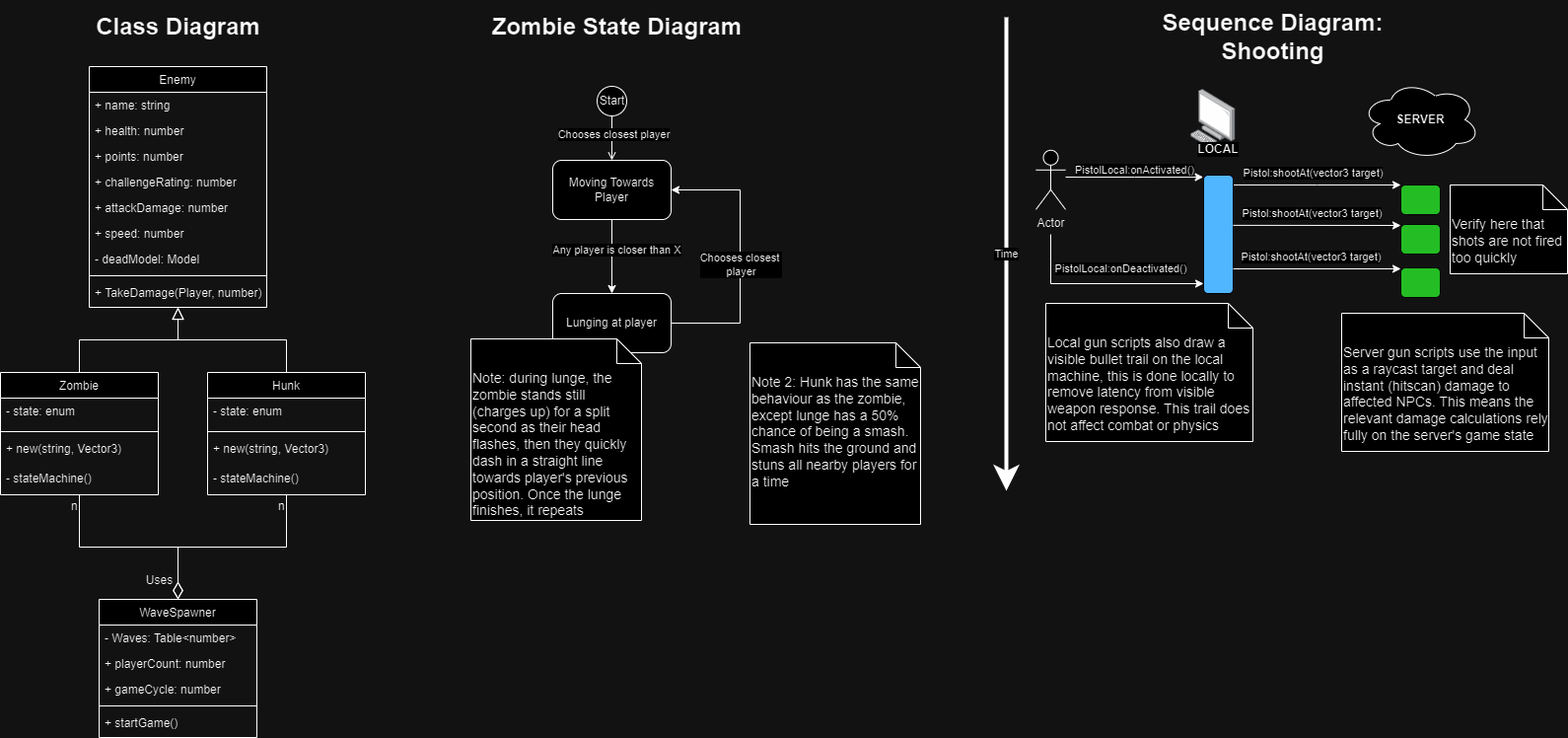
This is docs/zombieTwinstick.drawio.png from KaarelRyysak/ZombieTwinstick, a draw.io export, as it was before one commit. Source tidied: cells renumbered, new cells last; positions are measured from the earlier drawing's top-left corner, leaving out a move shared by most shapes.
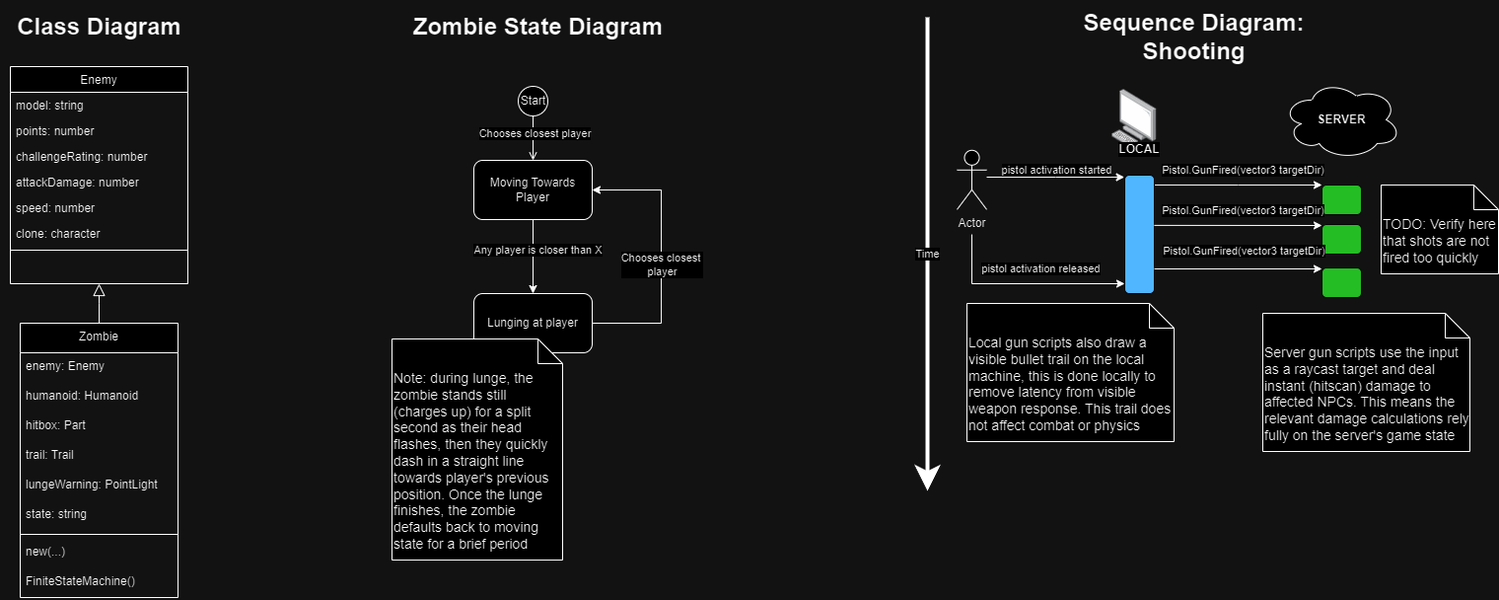
The same diagram one commit later.

What changed in the source:
```diff
@@ -3,116 +3,62 @@
     <mxCell id="0" />
     <mxCell id="1" parent="0" />
     <mxCell id="2" value="Enemy" style="swimlane;fontStyle=0;align=center;verticalAlign=top;horizontal=1;startSize=26;rounded=0;shadow=0;strokeWidth=1;" parent="1" vertex="1">
-      <mxGeometry x="90" y="60" width="180" height="244" as="geometry" />
+      <mxGeometry x="90" y="60" width="180" height="220" as="geometry" />
     </mxCell>
-    <mxCell id="3" value="+ name: string" style="text;align=left;verticalAlign=top;spacingLeft=4;spacingRight=4;overflow=hidden;" parent="2" vertex="1">
+    <mxCell id="3" value="model: string" style="text;align=left;verticalAlign=top;spacingLeft=4;spacingRight=4;overflow=hidden;" parent="2" vertex="1">
       <mxGeometry y="26" width="180" height="26" as="geometry" />
     </mxCell>
-    <mxCell id="4" value="+ health: number" style="text;align=left;verticalAlign=top;spacingLeft=4;spacingRight=4;overflow=hidden;rounded=0;shadow=0;html=0;" parent="2" vertex="1">
+    <mxCell id="4" value="points: number" style="text;align=left;verticalAlign=top;spacingLeft=4;spacingRight=4;overflow=hidden;rounded=0;shadow=0;html=0;" parent="2" vertex="1">
       <mxGeometry y="52" width="180" height="26" as="geometry" />
     </mxCell>
-    <mxCell id="5" value="+ points: number" style="text;align=left;verticalAlign=top;spacingLeft=4;spacingRight=4;overflow=hidden;rounded=0;shadow=0;html=0;" parent="2" vertex="1">
+    <mxCell id="5" value="challengeRating: number" style="text;align=left;verticalAlign=top;spacingLeft=4;spacingRight=4;overflow=hidden;rounded=0;shadow=0;html=0;" parent="2" vertex="1">
       <mxGeometry y="78" width="180" height="26" as="geometry" />
     </mxCell>
-    <mxCell id="6" value="+ challengeRating: number" style="text;align=left;verticalAlign=top;spacingLeft=4;spacingRight=4;overflow=hidden;rounded=0;shadow=0;html=0;" parent="2" vertex="1">
+    <mxCell id="6" value="attackDamage: number" style="text;align=left;verticalAlign=top;spacingLeft=4;spacingRight=4;overflow=hidden;rounded=0;shadow=0;html=0;" parent="2" vertex="1">
       <mxGeometry y="104" width="180" height="26" as="geometry" />
     </mxCell>
-    <mxCell id="7" value="+ attackDamage: number" style="text;align=left;verticalAlign=top;spacingLeft=4;spacingRight=4;overflow=hidden;rounded=0;shadow=0;html=0;" parent="2" vertex="1">
+    <mxCell id="7" value="speed: number" style="text;align=left;verticalAlign=top;spacingLeft=4;spacingRight=4;overflow=hidden;rounded=0;shadow=0;html=0;" parent="2" vertex="1">
       <mxGeometry y="130" width="180" height="26" as="geometry" />
     </mxCell>
-    <mxCell id="8" value="+ speed: number" style="text;align=left;verticalAlign=top;spacingLeft=4;spacingRight=4;overflow=hidden;rounded=0;shadow=0;html=0;" parent="2" vertex="1">
-      <mxGeometry y="156" width="180" height="26" as="geometry" />
-    </mxCell>
-    <mxCell id="9" value="- deadModel: Model" style="text;align=left;verticalAlign=top;spacingLeft=4;spacingRight=4;overflow=hidden;rounded=0;shadow=0;html=0;" parent="2" vertex="1">
-      <mxGeometry y="182" width="180" height="26" as="geometry" />
-    </mxCell>
+    <mxCell id="72" value="clone: character" style="text;align=left;verticalAlign=top;spacingLeft=4;spacingRight=4;overflow=hidden;rounded=0;shadow=0;html=0;" parent="2" vertex="1">
+      <mxGeometry y="156" width="180" height="26" as="geometry" />
+    </mxCell>
     <mxCell id="10" style="line;html=1;strokeWidth=1;align=left;verticalAlign=middle;spacingTop=-1;spacingLeft=3;spacingRight=3;labelPosition=right;" parent="2" vertex="1">
-      <mxGeometry y="208" width="180" height="8" as="geometry" />
+      <mxGeometry y="182" width="180" height="8" as="geometry" />
     </mxCell>
-    <mxCell id="11" value="+ TakeDamage(Player, number)" style="text;align=left;verticalAlign=top;spacingLeft=4;spacingRight=4;overflow=hidden;" parent="2" vertex="1">
-      <mxGeometry y="216" width="180" height="28" as="geometry" />
-    </mxCell>
-    <mxCell id="12" value="Zombie" style="swimlane;fontStyle=0;align=center;verticalAlign=top;horizontal=1;startSize=26;rounded=0;shadow=0;strokeWidth=1;" parent="1" vertex="1">
-      <mxGeometry y="370" width="160" height="124" as="geometry" />
+    <mxCell id="12" value="Zombie" style="swimlane;fontStyle=0;align=center;verticalAlign=top;horizontal=1;startSize=30;rounded=0;shadow=0;strokeWidth=1;" parent="1" vertex="1">
+      <mxGeometry x="100" y="320" width="160" height="278" as="geometry" />
     </mxCell>
-    <mxCell id="13" value="- state: enum" style="text;align=left;verticalAlign=top;spacingLeft=4;spacingRight=4;overflow=hidden;" parent="12" vertex="1">
-      <mxGeometry y="26" width="160" height="30" as="geometry" />
+    <mxCell id="13" value="enemy: Enemy" style="text;align=left;verticalAlign=top;spacingLeft=4;spacingRight=4;overflow=hidden;" parent="12" vertex="1">
+      <mxGeometry y="30" width="160" height="30" as="geometry" />
     </mxCell>
+    <mxCell id="73" value="humanoid: Humanoid" style="text;align=left;verticalAlign=top;spacingLeft=4;spacingRight=4;overflow=hidden;" parent="12" vertex="1">
+      <mxGeometry y="60" width="160" height="30" as="geometry" />
+    </mxCell>
+    <mxCell id="74" value="hitbox: Part" style="text;align=left;verticalAlign=top;spacingLeft=4;spacingRight=4;overflow=hidden;" parent="12" vertex="1">
+      <mxGeometry y="90" width="160" height="30" as="geometry" />
+    </mxCell>
+    <mxCell id="75" value="trail: Trail" style="text;align=left;verticalAlign=top;spacingLeft=4;spacingRight=4;overflow=hidden;" parent="12" vertex="1">
+      <mxGeometry y="120" width="160" height="30" as="geometry" />
+    </mxCell>
+    <mxCell id="76" value="lungeWarning: PointLight" style="text;align=left;verticalAlign=top;spacingLeft=4;spacingRight=4;overflow=hidden;" parent="12" vertex="1">
+      <mxGeometry y="150" width="160" height="30" as="geometry" />
+    </mxCell>
+    <mxCell id="77" value="state: string" style="text;align=left;verticalAlign=top;spacingLeft=4;spacingRight=4;overflow=hidden;" parent="12" vertex="1">
+      <mxGeometry y="180" width="160" height="30" as="geometry" />
+    </mxCell>
     <mxCell id="14" style="line;html=1;strokeWidth=1;align=left;verticalAlign=middle;spacingTop=-1;spacingLeft=3;spacingRight=3;labelPosition=right;" parent="12" vertex="1">
-      <mxGeometry y="56" width="160" height="8" as="geometry" />
+      <mxGeometry y="210" width="160" height="8" as="geometry" />
     </mxCell>
-    <mxCell id="15" value="+ new(string, Vector3)" style="text;align=left;verticalAlign=top;spacingLeft=4;spacingRight=4;overflow=hidden;" parent="12" vertex="1">
-      <mxGeometry y="64" width="160" height="30" as="geometry" />
+    <mxCell id="15" value="new(...)" style="text;align=left;verticalAlign=top;spacingLeft=4;spacingRight=4;overflow=hidden;" parent="12" vertex="1">
+      <mxGeometry y="218" width="160" height="30" as="geometry" />
     </mxCell>
-    <mxCell id="16" value="- stateMachine()" style="text;align=left;verticalAlign=top;spacingLeft=4;spacingRight=4;overflow=hidden;" parent="12" vertex="1">
-      <mxGeometry y="94" width="160" height="30" as="geometry" />
+    <mxCell id="16" value="FiniteStateMachine()" style="text;align=left;verticalAlign=top;spacingLeft=4;spacingRight=4;overflow=hidden;" parent="12" vertex="1">
+      <mxGeometry y="248" width="160" height="30" as="geometry" />
     </mxCell>
     <mxCell id="17" style="endArrow=block;endSize=10;endFill=0;shadow=0;strokeWidth=1;rounded=0;edgeStyle=elbowEdgeStyle;elbow=vertical;" parent="1" edge="1" source="12" target="2">
       <mxGeometry relative="1" as="geometry" />
     </mxCell>
-    <mxCell id="18" value="Hunk" style="swimlane;fontStyle=0;align=center;verticalAlign=top;horizontal=1;startSize=26;rounded=0;shadow=0;strokeWidth=1;" parent="1" vertex="1">
-      <mxGeometry x="210" y="370" width="160" height="124" as="geometry" />
-    </mxCell>
-    <mxCell id="19" value="- state: enum" style="text;align=left;verticalAlign=top;spacingLeft=4;spacingRight=4;overflow=hidden;" parent="18" vertex="1">
-      <mxGeometry y="26" width="160" height="30" as="geometry" />
-    </mxCell>
-    <mxCell id="20" style="line;html=1;strokeWidth=1;align=left;verticalAlign=middle;spacingTop=-1;spacingLeft=3;spacingRight=3;labelPosition=right;" parent="18" vertex="1">
-      <mxGeometry y="56" width="160" height="8" as="geometry" />
-    </mxCell>
-    <mxCell id="21" value="+ new(string, Vector3)" style="text;align=left;verticalAlign=top;spacingLeft=4;spacingRight=4;overflow=hidden;" parent="18" vertex="1">
-      <mxGeometry y="64" width="160" height="30" as="geometry" />
-    </mxCell>
-    <mxCell id="22" value="- stateMachine()" style="text;align=left;verticalAlign=top;spacingLeft=4;spacingRight=4;overflow=hidden;" parent="18" vertex="1">
-      <mxGeometry y="94" width="160" height="30" as="geometry" />
-    </mxCell>
-    <mxCell id="23" style="endArrow=block;endSize=10;endFill=0;shadow=0;strokeWidth=1;rounded=0;edgeStyle=elbowEdgeStyle;elbow=vertical;" parent="1" edge="1" source="18" target="2">
-      <mxGeometry relative="1" as="geometry" />
-    </mxCell>
-    <mxCell id="24" style="endArrow=diamondThin;shadow=0;strokeWidth=1;rounded=0;endFill=0;edgeStyle=elbowEdgeStyle;elbow=vertical;endSize=15;exitX=0.5;exitY=1;exitDx=0;exitDy=0;" parent="1" edge="1" source="18">
-      <mxGeometry x="0.5" y="41" relative="1" as="geometry">
-        <mxPoint x="180" y="600" as="targetPoint" />
-        <mxPoint x="-40" y="32" as="offset" />
-      </mxGeometry>
-    </mxCell>
-    <mxCell id="25" value="n" style="align=left;verticalAlign=bottom;labelBackgroundColor=none;fontSize=12;" parent="24" vertex="1">
-      <mxGeometry x="-1" relative="1" as="geometry">
-        <mxPoint x="-10" y="20" as="offset" />
-      </mxGeometry>
-    </mxCell>
-    <mxCell id="26" value="Uses" style="text;html=1;align=center;verticalAlign=middle;labelBackgroundColor=none;rounded=0;shadow=0;strokeWidth=1;fontSize=12;" parent="24" vertex="1">
-      <mxGeometry x="0.5" y="49" relative="1" as="geometry">
-        <mxPoint x="-21" y="-16" as="offset" />
-      </mxGeometry>
-    </mxCell>
-    <mxCell id="27" style="endArrow=diamondThin;shadow=0;strokeWidth=1;rounded=0;endFill=0;edgeStyle=elbowEdgeStyle;elbow=vertical;endSize=15;exitX=0.5;exitY=1;exitDx=0;exitDy=0;" parent="1" edge="1" source="12">
-      <mxGeometry x="0.5" y="41" relative="1" as="geometry">
-        <mxPoint x="180" y="600" as="targetPoint" />
-        <mxPoint x="-40" y="32" as="offset" />
-      </mxGeometry>
-    </mxCell>
-    <mxCell id="28" value="n" style="align=left;verticalAlign=bottom;labelBackgroundColor=none;fontSize=12;" parent="27" vertex="1">
-      <mxGeometry x="-1" relative="1" as="geometry">
-        <mxPoint x="-10" y="20" as="offset" />
-      </mxGeometry>
-    </mxCell>
-    <mxCell id="29" value="WaveSpawner" style="swimlane;fontStyle=0;align=center;verticalAlign=top;horizontal=1;startSize=26;rounded=0;shadow=0;strokeWidth=1;" parent="1" vertex="1">
-      <mxGeometry x="100" y="600" width="160" height="140" as="geometry" />
-    </mxCell>
-    <mxCell id="30" value="- Waves: Table&lt;number&gt;" style="text;align=left;verticalAlign=top;spacingLeft=4;spacingRight=4;overflow=hidden;rounded=0;shadow=0;html=0;" parent="29" vertex="1">
-      <mxGeometry y="26" width="160" height="26" as="geometry" />
-    </mxCell>
-    <mxCell id="31" value="+ playerCount: number" style="text;align=left;verticalAlign=top;spacingLeft=4;spacingRight=4;overflow=hidden;rounded=0;shadow=0;html=0;" parent="29" vertex="1">
-      <mxGeometry y="52" width="160" height="26" as="geometry" />
-    </mxCell>
-    <mxCell id="32" value="+ gameCycle: number" style="text;align=left;verticalAlign=top;spacingLeft=4;spacingRight=4;overflow=hidden;rounded=0;shadow=0;html=0;" parent="29" vertex="1">
-      <mxGeometry y="78" width="160" height="26" as="geometry" />
-    </mxCell>
-    <mxCell id="33" style="line;html=1;strokeWidth=1;align=left;verticalAlign=middle;spacingTop=-1;spacingLeft=3;spacingRight=3;labelPosition=right;" parent="29" vertex="1">
-      <mxGeometry y="104" width="160" height="8" as="geometry" />
-    </mxCell>
-    <mxCell id="34" value="+ startGame()" style="text;align=left;verticalAlign=top;spacingLeft=4;spacingRight=4;overflow=hidden;" parent="29" vertex="1">
-      <mxGeometry y="112" width="160" height="26" as="geometry" />
-    </mxCell>
     <mxCell id="35" value="Class Diagram" style="text;strokeColor=none;fillColor=none;html=1;fontSize=24;fontStyle=1;verticalAlign=middle;align=center;" parent="1" vertex="1">
       <mxGeometry x="80" width="200" height="40" as="geometry" />
     </mxCell>
@@ -153,20 +99,17 @@
     <mxCell id="45" value="Lunging at player" style="rounded=1;whiteSpace=wrap;html=1;" parent="1" vertex="1">
       <mxGeometry x="560" y="290" width="120" height="60" as="geometry" />
     </mxCell>
-    <mxCell id="46" value="&lt;font style=&quot;font-size: 14px;&quot;&gt;Note: during lunge, the zombie stands still (charges up) for a split second as their head flashes, then they quickly dash in a straight line towards player's previous&amp;nbsp; position. Once the lunge finishes, it repeats&lt;/font&gt;" style="shape=note2;boundedLbl=1;whiteSpace=wrap;html=1;size=25;verticalAlign=top;align=left;" parent="1" vertex="1">
-      <mxGeometry x="477" y="336" width="173" height="184" as="geometry" />
+    <mxCell id="46" value="&lt;font style=&quot;font-size: 14px;&quot;&gt;Note: during lunge, the zombie stands still (charges up) for a split second as their head flashes, then they quickly dash in a straight line towards player's previous&amp;nbsp; position. Once the lunge finishes, the zombie defaults back to moving state for a brief period&lt;/font&gt;" style="shape=note2;boundedLbl=1;whiteSpace=wrap;html=1;size=25;verticalAlign=top;align=left;" parent="1" vertex="1">
+      <mxGeometry x="477" y="336" width="173" height="224" as="geometry" />
     </mxCell>
-    <mxCell id="47" value="&lt;font style=&quot;font-size: 14px;&quot;&gt;Note 2: Hunk has the same behaviour as the zombie, except lunge has a 50% chance of being a smash. Smash hits the ground and stuns all nearby players for a time&lt;/font&gt;" style="shape=note2;boundedLbl=1;whiteSpace=wrap;html=1;size=25;verticalAlign=top;align=left;" parent="1" vertex="1">
-      <mxGeometry x="760" y="340" width="173" height="184" as="geometry" />
-    </mxCell>
     <mxCell id="48" style="edgeStyle=orthogonalEdgeStyle;rounded=0;jettySize=auto;html=1;entryX=-0.025;entryY=0.053;entryDx=0;entryDy=0;entryPerimeter=0;exitX=1.003;exitY=0.083;exitDx=0;exitDy=0;exitPerimeter=0;" parent="1" edge="1" source="50">
       <mxGeometry relative="1" as="geometry">
         <mxPoint x="1420" y="180" as="targetPoint" />
       </mxGeometry>
     </mxCell>
-    <mxCell id="49" value="Pistol:shootAt(vector3 target)" style="edgeLabel;html=1;align=center;verticalAlign=middle;" parent="48" vertex="1">
+    <mxCell id="49" value="Pistol.GunFired(vector3 targetDir)" style="edgeLabel;html=1;align=center;verticalAlign=middle;" parent="48" vertex="1">
       <mxGeometry x="-0.19" y="2" relative="1" as="geometry">
-        <mxPoint x="11" y="-10" as="offset" />
+        <mxPoint x="21" y="-14" as="offset" />
       </mxGeometry>
     </mxCell>
     <mxCell id="50" style="rounded=1;whiteSpace=wrap;html=1;fillColor=#0066CC;strokeColor=#FCFCFC;fontColor=#FFFFFF;" parent="1" vertex="1">
@@ -187,7 +130,7 @@
         </Array>
       </mxGeometry>
     </mxCell>
-    <mxCell id="54" value="PistolLocal:onActivated()" style="edgeLabel;html=1;align=center;verticalAlign=middle;" parent="53" vertex="1">
+    <mxCell id="54" value="pistol activation started" style="edgeLabel;html=1;align=center;verticalAlign=middle;" parent="53" vertex="1">
       <mxGeometry x="-0.13" y="3" relative="1" as="geometry">
         <mxPoint x="9" y="-5" as="offset" />
       </mxGeometry>
@@ -200,7 +143,7 @@
         </Array>
       </mxGeometry>
     </mxCell>
-    <mxCell id="56" value="PistolLocal:onDeactivated()" style="edgeLabel;html=1;align=center;verticalAlign=middle;" parent="55" vertex="1">
+    <mxCell id="56" value="pistol activation released" style="edgeLabel;html=1;align=center;verticalAlign=middle;" parent="55" vertex="1">
       <mxGeometry x="-0.04" y="-1" relative="1" as="geometry">
         <mxPoint x="22" y="-17" as="offset" />
       </mxGeometry>
@@ -232,8 +175,8 @@
     <mxCell id="64" style="rounded=1;whiteSpace=wrap;html=1;fillColor=#009900;strokeColor=#FAFAFA;fontColor=#F7F7F7;" parent="1" vertex="1">
       <mxGeometry x="1420" y="264" width="40" height="30" as="geometry" />
     </mxCell>
-    <mxCell id="65" value="&lt;font style=&quot;font-size: 14px;&quot;&gt;Verify here that shots are not fired too quickly&lt;/font&gt;" style="shape=note2;boundedLbl=1;whiteSpace=wrap;html=1;size=25;verticalAlign=top;align=left;" parent="1" vertex="1">
-      <mxGeometry x="1470" y="180" width="119" height="90" as="geometry" />
+    <mxCell id="65" value="&lt;font style=&quot;font-size: 14px;&quot;&gt;TODO: Verify here that shots are not fired too quickly&lt;/font&gt;" style="shape=note2;boundedLbl=1;whiteSpace=wrap;html=1;size=25;verticalAlign=top;align=left;" parent="1" vertex="1">
+      <mxGeometry x="1480" y="180" width="119" height="90" as="geometry" />
     </mxCell>
     <mxCell id="66" value="&lt;font style=&quot;font-size: 14px;&quot;&gt;Local gun scripts also draw a visible bullet trail on the local machine, this is done locally to remove latency from visible weapon response. This trail does not affect combat or physics&lt;/font&gt;" style="shape=note2;boundedLbl=1;whiteSpace=wrap;html=1;size=25;verticalAlign=top;align=left;" parent="1" vertex="1">
       <mxGeometry x="1060" y="300" width="210" height="140" as="geometry" />
@@ -249,9 +192,9 @@
         </Array>
       </mxGeometry>
     </mxCell>
-    <mxCell id="69" value="Pistol:shootAt(vector3 target)" style="edgeLabel;html=1;align=center;verticalAlign=middle;" parent="68" vertex="1">
+    <mxCell id="69" value="Pistol.GunFired(vector3 targetDir)" style="edgeLabel;html=1;align=center;verticalAlign=middle;" parent="68" vertex="1">
       <mxGeometry x="-0.19" y="2" relative="1" as="geometry">
-        <mxPoint x="11" y="-10" as="offset" />
+        <mxPoint x="21" y="-14" as="offset" />
       </mxGeometry>
     </mxCell>
     <mxCell id="70" style="edgeStyle=orthogonalEdgeStyle;rounded=0;orthogonalLoop=1;jettySize=auto;html=1;entryX=-0.025;entryY=0.053;entryDx=0;entryDy=0;entryPerimeter=0;" parent="1" edge="1">
@@ -263,9 +206,9 @@
         </Array>
       </mxGeometry>
     </mxCell>
-    <mxCell id="71" value="Pistol:shootAt(vector3 target)" style="edgeLabel;html=1;align=center;verticalAlign=middle;" parent="70" vertex="1">
+    <mxCell id="71" value="Pistol.GunFired(vector3 targetDir)" style="edgeLabel;html=1;align=center;verticalAlign=middle;" parent="70" vertex="1">
       <mxGeometry x="-0.19" y="2" relative="1" as="geometry">
-        <mxPoint x="11" y="-10" as="offset" />
+        <mxPoint x="22" y="-17" as="offset" />
       </mxGeometry>
     </mxCell>
   </root>
```
